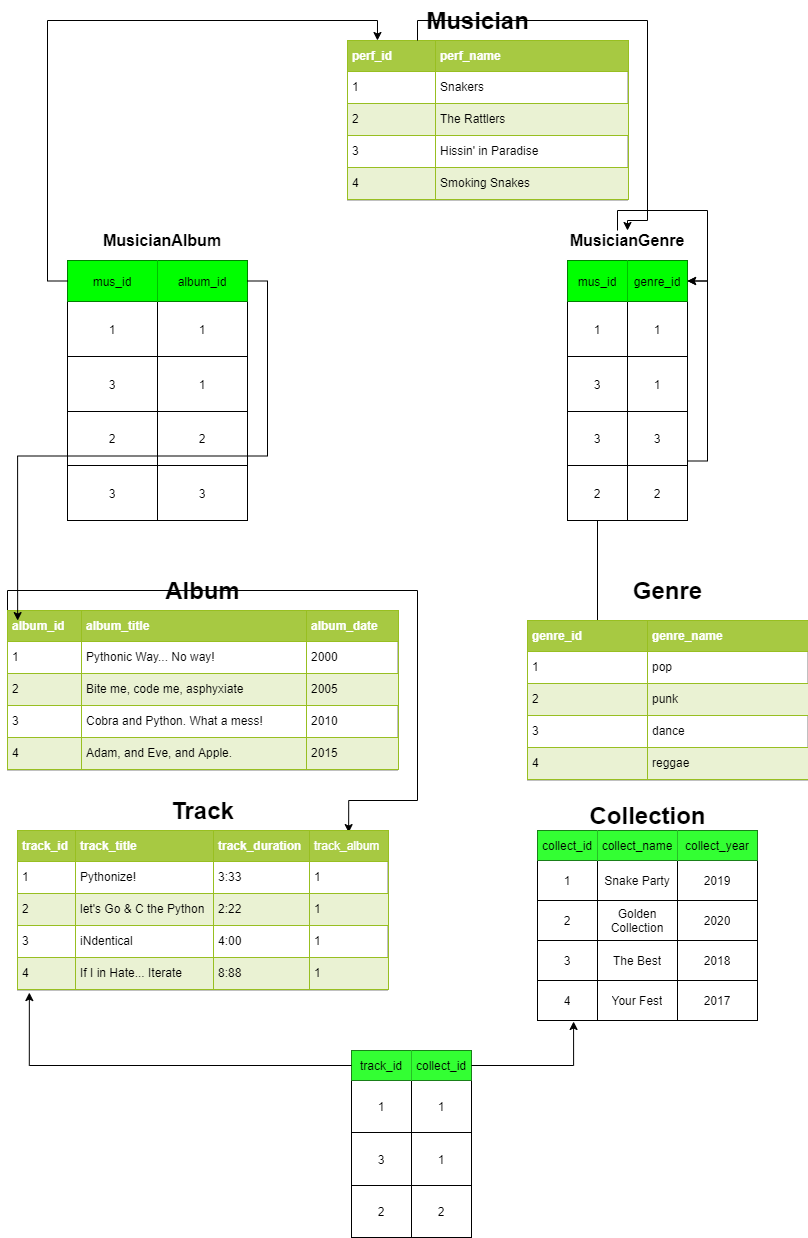
Earlier version of the draw.io export home.png (eduaga/bd_struct). Source tidied: cells renumbered, new cells last; positions are measured from the earlier drawing's top-left corner, leaving out a move shared by most shapes.
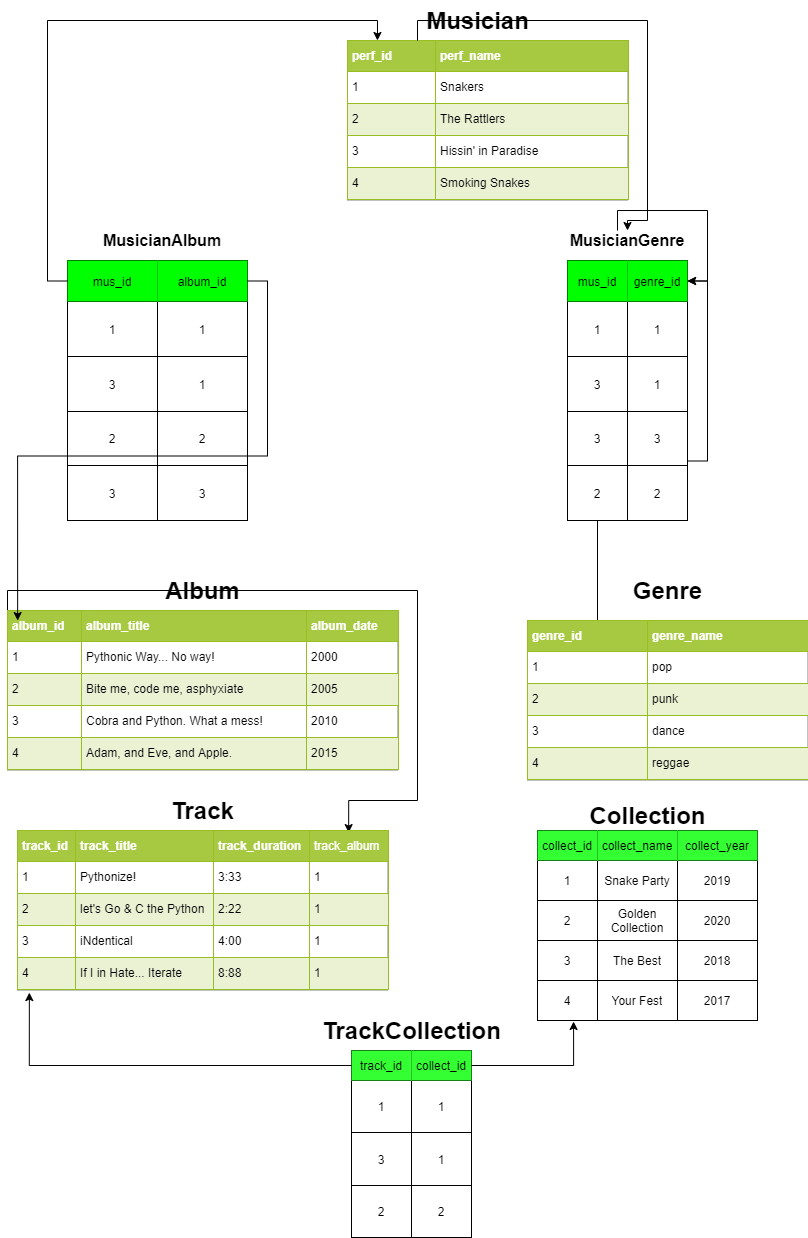
After the change.

What changed in the source:
```diff
@@ -257,5 +257,8 @@
     <mxCell id="86" style="edgeStyle=orthogonalEdgeStyle;rounded=0;jettySize=auto;html=1;exitX=1;exitY=0.5;exitDx=0;exitDy=0;entryX=0.164;entryY=1.025;entryDx=0;entryDy=0;entryPerimeter=0;" parent="1" edge="1" source="73" target="68">
       <mxGeometry relative="1" as="geometry" />
     </mxCell>
+    <mxCell id="87" value="TrackCollection" style="text;strokeColor=none;fillColor=none;html=1;fontSize=24;fontStyle=1;verticalAlign=middle;align=center;" parent="1" vertex="1">
+      <mxGeometry x="354" y="1010" width="100" height="40" as="geometry" />
+    </mxCell>
   </root>
 </mxGraphModel>
```
